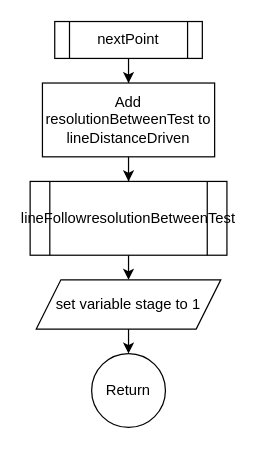
Before: Draw/nextPoint.drawio in jens1906/P1-project-1.-semester, a draw.io diagram. Source tidied: cells renumbered, new cells numbered last; positions are measured from the earlier drawing's top-left corner, leaving out a move shared by most shapes. Both pictures are drawn from the tidied source at 123%, with x=0, y=0 at pixel (30, 21).
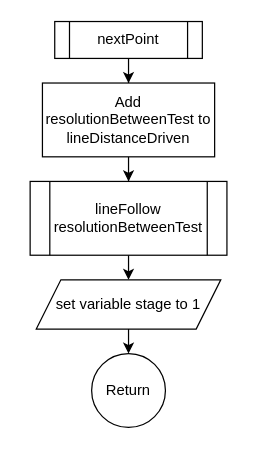
Above is the later version.

The edit, as a diff of the source:
```diff
@@
 <mxGraphModel>
   <root>
     <mxCell id="0" />
     <mxCell id="1" parent="0" />
     <mxCell id="2" style="edgeStyle=orthogonalEdgeStyle;rounded=0;jettySize=auto;html=1;" parent="1" edge="1" source="3" target="5">
       <mxGeometry relative="1" as="geometry" />
     </mxCell>
     <mxCell id="3" value="nextPoint" style="shape=process;whiteSpace=wrap;html=1;backgroundOutline=1;" parent="1" vertex="1">
       <mxGeometry x="20" width="120" height="30" as="geometry" />
     </mxCell>
     <mxCell id="4" style="edgeStyle=orthogonalEdgeStyle;rounded=0;jettySize=auto;html=1;entryX=0.5;entryY=0;entryDx=0;entryDy=0;" parent="1" edge="1" source="5" target="7">
       <mxGeometry relative="1" as="geometry" />
     </mxCell>
     <mxCell id="5" value="Add resolutionBetweenTest to lineDistanceDriven" style="whiteSpace=wrap;html=1;" parent="1" vertex="1">
       <mxGeometry x="10" y="50" width="140" height="60" as="geometry" />
     </mxCell>
     <mxCell id="6" style="edgeStyle=orthogonalEdgeStyle;rounded=0;jettySize=auto;html=1;exitX=0.5;exitY=1;exitDx=0;exitDy=0;entryX=0.5;entryY=0;entryDx=0;entryDy=0;" parent="1" edge="1" source="7" target="10">
       <mxGeometry relative="1" as="geometry" />
     </mxCell>
-    <mxCell id="7" value="lineFollowresolutionBetweenTest" style="shape=process;whiteSpace=wrap;html=1;backgroundOutline=1;" parent="1" vertex="1">
+    <mxCell id="7" value="lineFollow&lt;br&gt;resolutionBetweenTest" style="shape=process;whiteSpace=wrap;html=1;backgroundOutline=1;" parent="1" vertex="1">
       <mxGeometry y="130" width="160" height="60" as="geometry" />
     </mxCell>
     <mxCell id="8" value="Return" style="ellipse;whiteSpace=wrap;html=1;" parent="1" vertex="1">
       <mxGeometry x="50" y="270" width="60" height="60" as="geometry" />
     </mxCell>
     <mxCell id="9" style="edgeStyle=orthogonalEdgeStyle;rounded=0;jettySize=auto;html=1;exitX=0.5;exitY=1;exitDx=0;exitDy=0;entryX=0.5;entryY=0;entryDx=0;entryDy=0;" parent="1" edge="1" source="10" target="8">
       <mxGeometry relative="1" as="geometry" />
     </mxCell>
     <mxCell id="10" value="set variable stage to 1" style="shape=parallelogram;perimeter=parallelogramPerimeter;whiteSpace=wrap;html=1;fixedSize=1;" parent="1" vertex="1">
       <mxGeometry x="5" y="210" width="150" height="40" as="geometry" />
     </mxCell>
   </root>
 </mxGraphModel>
```
